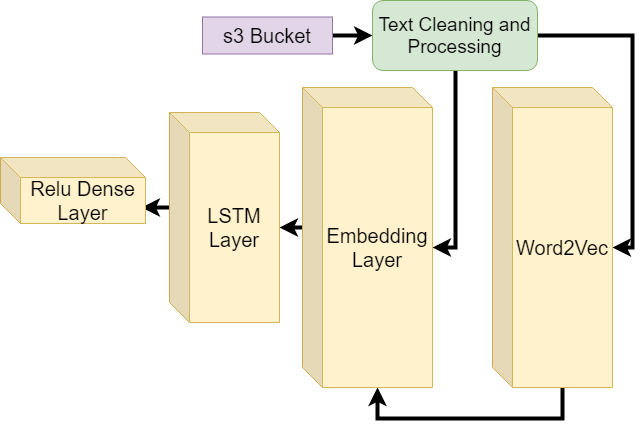
Aidan-Jared/3rd-Capstone keeps this draw.io diagram as images/Model.png. Above is the earlier version. Source tidied: cells renumbered, new cells last; positions are measured from the earlier drawing's top-left corner, leaving out a move shared by most shapes.
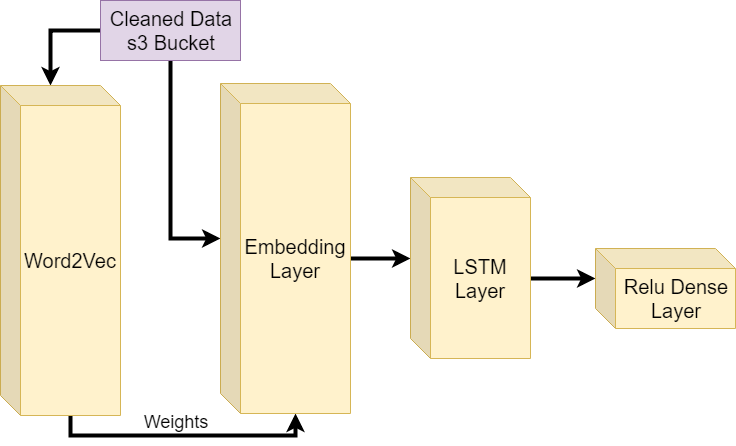
Later version of the same file.

What changed in the source:
```diff
@@ -1,47 +1,39 @@
 <mxGraphModel>
   <root>
-    <mxCell id="0" />
-    <mxCell id="1" parent="0" />
-    <mxCell id="2" style="edgeStyle=orthogonalEdgeStyle;rounded=0;jettySize=auto;html=1;exitX=1;exitY=0.5;exitDx=0;exitDy=0;entryX=0;entryY=0.5;entryDx=0;entryDy=0;strokeWidth=4;" parent="1" edge="1" source="3" target="6">
-      <mxGeometry relative="1" as="geometry" />
-    </mxCell>
-    <mxCell id="3" value="&lt;font style=&quot;line-height: 120% ; font-size: 20px&quot;&gt;s3 Bucket&lt;/font&gt;&lt;br&gt;" style="rounded=0;whiteSpace=wrap;html=1;fillColor=#e1d5e7;strokeColor=#9673a6;glass=0;comic=0;" parent="1" vertex="1">
-      <mxGeometry x="202" y="16.5" width="130" height="37" as="geometry" />
-    </mxCell>
-    <mxCell id="4" style="edgeStyle=orthogonalEdgeStyle;rounded=0;jettySize=auto;html=1;exitX=1;exitY=0.5;exitDx=0;exitDy=0;entryX=0;entryY=0;entryDx=120;entryDy=160;entryPerimeter=0;strokeWidth=4;" parent="1" edge="1" source="6" target="8">
-      <mxGeometry relative="1" as="geometry" />
-    </mxCell>
-    <mxCell id="5" style="edgeStyle=orthogonalEdgeStyle;rounded=0;jettySize=auto;html=1;exitX=0.5;exitY=1;exitDx=0;exitDy=0;entryX=0;entryY=0;entryDx=130;entryDy=160;entryPerimeter=0;strokeWidth=4;" parent="1" edge="1" source="6" target="10">
-      <mxGeometry relative="1" as="geometry" />
-    </mxCell>
-    <mxCell id="6" value="&lt;font style=&quot;font-size: 19px&quot;&gt;Text Cleaning and&lt;br&gt;Processing&lt;/font&gt;&lt;br&gt;" style="rounded=1;whiteSpace=wrap;html=1;fillColor=#d5e8d4;strokeColor=#82b366;" parent="1" vertex="1">
-      <mxGeometry x="372" width="165" height="70" as="geometry" />
-    </mxCell>
+    <mxCell id="14" />
+    <mxCell id="15" parent="14" />
+    <mxCell id="16" style="edgeStyle=orthogonalEdgeStyle;rounded=0;jettySize=auto;html=1;exitX=0;exitY=0.5;exitDx=0;exitDy=0;entryX=0;entryY=0;entryDx=50;entryDy=0;entryPerimeter=0;strokeWidth=4;" parent="15" edge="1" source="18" target="8">
+      <mxGeometry relative="1" as="geometry" />
+    </mxCell>
+    <mxCell id="17" style="edgeStyle=orthogonalEdgeStyle;rounded=0;jettySize=auto;html=1;exitX=0.5;exitY=1;exitDx=0;exitDy=0;entryX=0;entryY=0;entryDx=0;entryDy=155;entryPerimeter=0;strokeWidth=4;" parent="15" edge="1" source="18" target="10">
+      <mxGeometry relative="1" as="geometry" />
+    </mxCell>
+    <mxCell id="18" value="&lt;font style=&quot;font-size: 20px&quot;&gt;Cleaned Data&lt;br&gt;s3 Bucket&lt;/font&gt;&lt;br&gt;" style="rounded=0;whiteSpace=wrap;html=1;fillColor=#e1d5e7;strokeColor=#9673a6;" parent="15" vertex="1">
+      <mxGeometry x="112" y="-82" width="140" height="60" as="geometry" />
+    </mxCell>
-    <mxCell id="7" style="edgeStyle=orthogonalEdgeStyle;rounded=0;jettySize=auto;html=1;exitX=0;exitY=0;exitDx=70;exitDy=300;exitPerimeter=0;entryX=0;entryY=0;entryDx=75;entryDy=300;entryPerimeter=0;strokeWidth=4;" parent="1" edge="1" source="8" target="10">
-      <mxGeometry relative="1" as="geometry">
-        <Array as="points">
-          <mxPoint x="562" y="418" />
-          <mxPoint x="377" y="418" />
-        </Array>
-      </mxGeometry>
+    <mxCell id="7" style="edgeStyle=orthogonalEdgeStyle;rounded=0;jettySize=auto;html=1;exitX=0;exitY=0;exitDx=70;exitDy=330;exitPerimeter=0;entryX=0;entryY=0;entryDx=75;entryDy=330;entryPerimeter=0;strokeWidth=4;" parent="15" edge="1" source="8" target="10">
+      <mxGeometry relative="1" as="geometry" />
     </mxCell>
-    <mxCell id="8" value="&lt;font style=&quot;font-size: 20px&quot;&gt;Word2Vec&lt;/font&gt;&lt;br&gt;" style="shape=cube;whiteSpace=wrap;html=1;boundedLbl=1;backgroundOutline=1;darkOpacity=0.05;darkOpacity2=0.1;fillColor=#fff2cc;strokeColor=#d6b656;" parent="1" vertex="1">
-      <mxGeometry x="492" y="87" width="120" height="300" as="geometry" />
+    <mxCell id="8" value="&lt;font style=&quot;font-size: 20px&quot;&gt;Word2Vec&lt;/font&gt;" style="shape=cube;whiteSpace=wrap;html=1;boundedLbl=1;backgroundOutline=1;darkOpacity=0.05;darkOpacity2=0.1;fillColor=#fff2cc;strokeColor=#d6b656;" parent="15" vertex="1">
+      <mxGeometry x="12" y="3" width="120" height="330" as="geometry" />
     </mxCell>
-    <mxCell id="9" style="edgeStyle=orthogonalEdgeStyle;rounded=0;jettySize=auto;html=1;exitX=0;exitY=0;exitDx=0;exitDy=140;exitPerimeter=0;entryX=0;entryY=0;entryDx=110;entryDy=115;entryPerimeter=0;strokeWidth=4;" parent="1" edge="1" source="10" target="12">
+    <mxCell id="9" style="edgeStyle=orthogonalEdgeStyle;rounded=0;jettySize=auto;html=1;exitX=0;exitY=0;exitDx=130;exitDy=175;exitPerimeter=0;entryX=0;entryY=0;entryDx=0;entryDy=80.5;entryPerimeter=0;strokeWidth=4;" parent="15" edge="1" source="10" target="12">
       <mxGeometry relative="1" as="geometry" />
     </mxCell>
-    <mxCell id="10" value="&lt;font style=&quot;font-size: 20px&quot;&gt;&lt;font style=&quot;font-size: 20px&quot;&gt;Embedding&lt;br&gt;&lt;/font&gt;Layer&lt;/font&gt;&lt;br&gt;" style="shape=cube;whiteSpace=wrap;html=1;boundedLbl=1;backgroundOutline=1;darkOpacity=0.05;darkOpacity2=0.1;fillColor=#fff2cc;strokeColor=#d6b656;" parent="1" vertex="1">
-      <mxGeometry x="302" y="87" width="130" height="300" as="geometry" />
+    <mxCell id="10" value="&lt;font style=&quot;font-size: 20px&quot;&gt;Embedding&lt;br&gt;Layer&lt;/font&gt;" style="shape=cube;whiteSpace=wrap;html=1;boundedLbl=1;backgroundOutline=1;darkOpacity=0.05;darkOpacity2=0.1;fillColor=#fff2cc;strokeColor=#d6b656;" parent="15" vertex="1">
+      <mxGeometry x="232" y="1" width="130" height="330" as="geometry" />
     </mxCell>
-    <mxCell id="11" style="edgeStyle=orthogonalEdgeStyle;rounded=0;jettySize=auto;html=1;exitX=0;exitY=0;exitDx=0;exitDy=95;exitPerimeter=0;entryX=0.972;entryY=0.758;entryDx=0;entryDy=0;entryPerimeter=0;strokeWidth=4;" parent="1" edge="1" source="12" target="13">
+    <mxCell id="11" style="edgeStyle=orthogonalEdgeStyle;rounded=0;jettySize=auto;html=1;exitX=0;exitY=0;exitDx=120;exitDy=100.5;exitPerimeter=0;entryX=0;entryY=0;entryDx=0;entryDy=30;entryPerimeter=0;strokeWidth=4;" parent="15" edge="1" source="12" target="13">
       <mxGeometry relative="1" as="geometry" />
     </mxCell>
-    <mxCell id="12" value="&lt;font style=&quot;font-size: 20px&quot;&gt;LSTM Layer&lt;/font&gt;&lt;br&gt;" style="shape=cube;whiteSpace=wrap;html=1;boundedLbl=1;backgroundOutline=1;darkOpacity=0.05;darkOpacity2=0.1;fillColor=#fff2cc;strokeColor=#d6b656;" parent="1" vertex="1">
-      <mxGeometry x="169" y="112" width="110" height="210" as="geometry" />
+    <mxCell id="12" value="&lt;font style=&quot;font-size: 20px&quot;&gt;LSTM&lt;br&gt;Layer&lt;/font&gt;&lt;br&gt;" style="shape=cube;whiteSpace=wrap;html=1;boundedLbl=1;backgroundOutline=1;darkOpacity=0.05;darkOpacity2=0.1;fillColor=#fff2cc;strokeColor=#d6b656;" parent="15" vertex="1">
+      <mxGeometry x="422" y="95" width="120" height="181" as="geometry" />
     </mxCell>
-    <mxCell id="13" value="&lt;font style=&quot;font-size: 20px&quot;&gt;Relu Dense Layer&lt;br&gt;&lt;/font&gt;" style="shape=cube;whiteSpace=wrap;html=1;boundedLbl=1;backgroundOutline=1;darkOpacity=0.05;darkOpacity2=0.1;fillColor=#fff2cc;strokeColor=#d6b656;" parent="1" vertex="1">
-      <mxGeometry y="157" width="145" height="66" as="geometry" />
+    <mxCell id="13" value="&lt;font style=&quot;font-size: 20px&quot;&gt;Relu Dense&lt;br&gt;Layer&lt;/font&gt;&lt;br&gt;" style="shape=cube;whiteSpace=wrap;html=1;boundedLbl=1;backgroundOutline=1;darkOpacity=0.05;darkOpacity2=0.1;fillColor=#fff2cc;strokeColor=#d6b656;" parent="15" vertex="1">
+      <mxGeometry x="607" y="166" width="140" height="80" as="geometry" />
     </mxCell>
+    <mxCell id="19" value="&lt;font style=&quot;font-size: 18px&quot;&gt;Weights&lt;/font&gt;" style="text;html=1;strokeColor=none;fillColor=none;align=center;verticalAlign=middle;whiteSpace=wrap;rounded=0;" parent="15" vertex="1">
+      <mxGeometry x="107" y="329" width="160" height="20" as="geometry" />
+    </mxCell>
   </root>
 </mxGraphModel>
```
